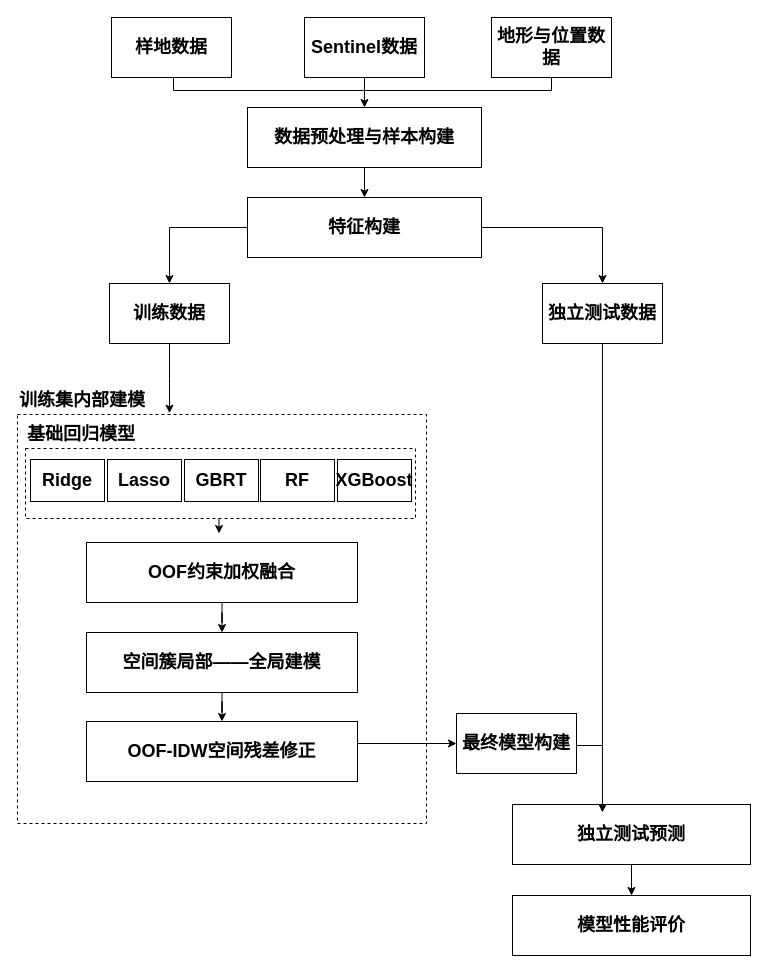
Earlier version of the draw.io diagram 论文中文版流程图.drawio (ruoxiaobai/ruo). Source tidied: cells renumbered, new cells numbered last; positions are measured from the earlier drawing's top-left corner, leaving out a move shared by most shapes. Both pictures are drawn from the tidied source at 100%, with x=0, y=0 at pixel (17, 17).
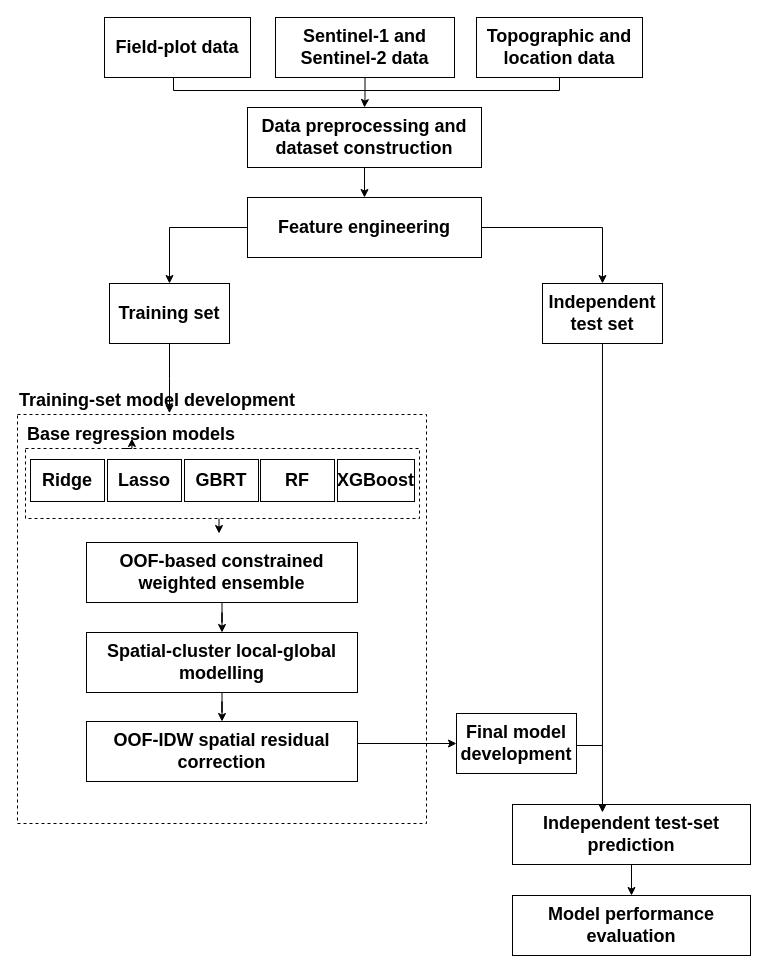
After the change.

Commit message:
更新论文英文版流程图.drawio

Diff of the diagram source:
```diff
@@
-    <mxCell id="4" value="Sentinel数据" style="rounded=0;whiteSpace=wrap;html=1;labelBackgroundColor=none;fontSize=18;fontStyle=1;" parent="1" vertex="1">
-      <mxGeometry x="287" width="120" height="60" as="geometry" />
+    <mxCell id="4" value="Sentinel-1 and Sentinel-2 data" style="rounded=0;whiteSpace=wrap;html=1;labelBackgroundColor=none;fontSize=18;fontStyle=1;" parent="1" vertex="1">
+      <mxGeometry x="258" width="179" height="60" as="geometry" />
     </mxCell>
-    <mxCell id="5" value="地形与位置数据" style="rounded=0;whiteSpace=wrap;html=1;labelBackgroundColor=none;fontSize=18;fontStyle=1;" parent="1" vertex="1">
-      <mxGeometry x="474" width="120" height="60" as="geometry" />
+    <mxCell id="5" value="Topographic and location data" style="rounded=0;whiteSpace=wrap;html=1;labelBackgroundColor=none;fontSize=18;fontStyle=1;" parent="1" vertex="1">
+      <mxGeometry x="459" width="166" height="60" as="geometry" />
     </mxCell>
@@
-    <mxCell id="7" value="数据预处理与样本构建" style="rounded=0;whiteSpace=wrap;html=1;labelBackgroundColor=none;fontSize=18;fontStyle=1;" parent="1" vertex="1">
+    <mxCell id="7" value="Data preprocessing and dataset construction" style="rounded=0;whiteSpace=wrap;html=1;labelBackgroundColor=none;fontSize=18;fontStyle=1;" parent="1" vertex="1">
       <mxGeometry x="230" y="90" width="234" height="60" as="geometry" />
     </mxCell>
@@
-    <mxCell id="10" value="特征构建" style="rounded=0;whiteSpace=wrap;html=1;labelBackgroundColor=none;fontSize=18;fontStyle=1;" parent="1" vertex="1">
+    <mxCell id="10" value="Feature engineering" style="rounded=0;whiteSpace=wrap;html=1;labelBackgroundColor=none;fontSize=18;fontStyle=1;" parent="1" vertex="1">
       <mxGeometry x="230" y="180" width="234" height="60" as="geometry" />
     </mxCell>
-    <mxCell id="11" value="独立测试数据" style="rounded=0;whiteSpace=wrap;html=1;labelBackgroundColor=none;fontSize=18;fontStyle=1;" parent="1" vertex="1">
+    <mxCell id="11" value="Independent test set" style="rounded=0;whiteSpace=wrap;html=1;labelBackgroundColor=none;fontSize=18;fontStyle=1;" parent="1" vertex="1">
       <mxGeometry x="525" y="266" width="120" height="60" as="geometry" />
     </mxCell>
-    <mxCell id="12" style="edgeStyle=orthogonalEdgeStyle;rounded=0;jettySize=auto;html=1;fontSize=18;fontStyle=1;" parent="1" edge="1" source="13">
-      <mxGeometry relative="1" as="geometry">
-        <mxPoint x="152" y="395.7" as="targetPoint" />
-      </mxGeometry>
-    </mxCell>
-    <mxCell id="13" value="训练数据" style="rounded=0;whiteSpace=wrap;html=1;labelBackgroundColor=none;fontSize=18;fontStyle=1;" parent="1" vertex="1">
+    <mxCell id="13" value="Training set" style="rounded=0;whiteSpace=wrap;html=1;labelBackgroundColor=none;fontSize=18;fontStyle=1;" parent="1" vertex="1">
       <mxGeometry x="92" y="266" width="120" height="60" as="geometry" />
     </mxCell>
-    <mxCell id="14" value="&lt;div&gt;&lt;span style=&quot;background-color: transparent; color: light-dark(rgb(0, 0, 0), rgb(255, 255, 255));&quot;&gt;训练集内部建模&lt;/span&gt;&lt;/div&gt;" style="whiteSpace=wrap;html=1;dashed=1;align=left;labelPosition=center;verticalLabelPosition=top;verticalAlign=bottom;labelBackgroundColor=none;fontSize=18;fontStyle=1;" parent="1" vertex="1">
+    <mxCell id="14" value="&lt;div&gt;&lt;span style=&quot;background-color: transparent; color: light-dark(rgb(0, 0, 0), rgb(255, 255, 255));&quot;&gt;Training-set model development&lt;/span&gt;&lt;/div&gt;" style="whiteSpace=wrap;html=1;dashed=1;align=left;labelPosition=center;verticalLabelPosition=top;verticalAlign=bottom;labelBackgroundColor=none;fontSize=18;fontStyle=1;" parent="1" vertex="1">
       <mxGeometry y="397" width="409" height="409" as="geometry" />
     </mxCell>
@@
-    <mxCell id="16" value="基础回归模型" style="rounded=0;whiteSpace=wrap;html=1;dashed=1;align=left;labelPosition=center;verticalLabelPosition=top;verticalAlign=bottom;labelBackgroundColor=none;fontSize=18;fontStyle=1;" parent="1" vertex="1">
-      <mxGeometry x="8" y="431" width="390" height="70" as="geometry" />
+    <mxCell id="16" value="Base regression models" style="rounded=0;whiteSpace=wrap;html=1;dashed=1;align=left;labelPosition=center;verticalLabelPosition=top;verticalAlign=bottom;labelBackgroundColor=none;fontSize=18;fontStyle=1;" parent="1" vertex="1">
+      <mxGeometry x="8" y="431" width="394" height="70" as="geometry" />
     </mxCell>
@@
-    <mxCell id="18" value="OOF约束加权融合" style="rounded=0;whiteSpace=wrap;html=1;labelBackgroundColor=none;fontSize=18;fontStyle=1;" parent="1" vertex="1">
+    <mxCell id="18" value="OOF-based constrained weighted ensemble" style="rounded=0;whiteSpace=wrap;html=1;labelBackgroundColor=none;fontSize=18;fontStyle=1;" parent="1" vertex="1">
       <mxGeometry x="69" y="525" width="271" height="60" as="geometry" />
     </mxCell>
@@
-    <mxCell id="20" value="空间簇局部——全局建模" style="rounded=0;whiteSpace=wrap;html=1;labelBackgroundColor=none;fontSize=18;fontStyle=1;" parent="1" vertex="1">
+    <mxCell id="20" value="Spatial-cluster local-global modelling" style="rounded=0;whiteSpace=wrap;html=1;labelBackgroundColor=none;fontSize=18;fontStyle=1;" parent="1" vertex="1">
       <mxGeometry x="69" y="615" width="271" height="60" as="geometry" />
     </mxCell>
@@
-    <mxCell id="22" value="OOF-IDW空间残差修正" style="rounded=0;whiteSpace=wrap;html=1;labelBackgroundColor=none;fontSize=18;fontStyle=1;" parent="1" vertex="1">
+    <mxCell id="22" value="OOF-IDW spatial residual correction" style="rounded=0;whiteSpace=wrap;html=1;labelBackgroundColor=none;fontSize=18;fontStyle=1;" parent="1" vertex="1">
       <mxGeometry x="69" y="704" width="271" height="60" as="geometry" />
     </mxCell>
-    <mxCell id="23" value="最终模型构建" style="rounded=0;whiteSpace=wrap;html=1;labelBackgroundColor=none;fontSize=18;fontStyle=1;" parent="1" vertex="1">
+    <mxCell id="23" value="Final model development" style="rounded=0;whiteSpace=wrap;html=1;labelBackgroundColor=none;fontSize=18;fontStyle=1;" parent="1" vertex="1">
       <mxGeometry x="439" y="696" width="120" height="60" as="geometry" />
     </mxCell>
@@
-    <mxCell id="25" value="独立测试预测" style="rounded=0;whiteSpace=wrap;html=1;labelBackgroundColor=none;fontSize=18;fontStyle=1;" parent="1" vertex="1">
+    <mxCell id="25" value="Independent test-set prediction" style="rounded=0;whiteSpace=wrap;html=1;labelBackgroundColor=none;fontSize=18;fontStyle=1;" parent="1" vertex="1">
       <mxGeometry x="495" y="787" width="238" height="60" as="geometry" />
     </mxCell>
-    <mxCell id="26" value="模型性能评价" style="rounded=0;whiteSpace=wrap;html=1;labelBackgroundColor=none;fontSize=18;fontStyle=1;" parent="1" vertex="1">
+    <mxCell id="26" value="Model performance evaluation" style="rounded=0;whiteSpace=wrap;html=1;labelBackgroundColor=none;fontSize=18;fontStyle=1;" parent="1" vertex="1">
       <mxGeometry x="495" y="878" width="238" height="60" as="geometry" />
     </mxCell>
@@
     <mxCell id="31" value="XGBoost" style="rounded=0;whiteSpace=wrap;html=1;labelBackgroundColor=none;fontSize=18;fontStyle=1;" parent="1" vertex="1">
-      <mxGeometry x="320" y="442" width="74" height="42" as="geometry" />
+      <mxGeometry x="320" y="442" width="77" height="42" as="geometry" />
     </mxCell>
-    <mxCell id="32" value="样地数据" style="rounded=0;whiteSpace=wrap;html=1;labelBackgroundColor=none;fontSize=18;fontStyle=1;" parent="1" vertex="1">
-      <mxGeometry x="94" width="120" height="60" as="geometry" />
+    <mxCell id="32" value="Field-plot data" style="rounded=0;whiteSpace=wrap;html=1;labelBackgroundColor=none;fontSize=18;fontStyle=1;" parent="1" vertex="1">
+      <mxGeometry x="87" width="146" height="60" as="geometry" />
     </mxCell>
@@
     <mxCell id="35" style="endArrow=none;html=1;rounded=0;entryX=0.5;entryY=1;entryDx=0;entryDy=0;fontSize=18;fontStyle=1;" parent="1" edge="1" target="5">
       <mxGeometry relative="1" as="geometry">
         <mxPoint x="347.2" y="73" as="sourcePoint" />
         <Array as="points">
-          <mxPoint x="534" y="73" />
+          <mxPoint x="542" y="73" />
         </Array>
       </mxGeometry>
     </mxCell>
+    <mxCell id="12" style="edgeStyle=orthogonalEdgeStyle;rounded=0;jettySize=auto;html=1;fontSize=18;fontStyle=1;" parent="1" edge="1" source="13">
+      <mxGeometry relative="1" as="geometry">
+        <mxPoint x="152" y="395.7" as="targetPoint" />
+      </mxGeometry>
+    </mxCell>
+    <mxCell id="36" style="edgeStyle=orthogonalEdgeStyle;rounded=0;orthogonalLoop=1;jettySize=auto;html=1;innerLoopWaypoints=1;exitX=0.25;exitY=0;exitDx=0;exitDy=0;entryX=0.27;entryY=-0.143;entryDx=0;entryDy=0;entryPerimeter=0;" parent="1" edge="1" source="16" target="16">
+      <mxGeometry relative="1" as="geometry" />
+    </mxCell>
```
